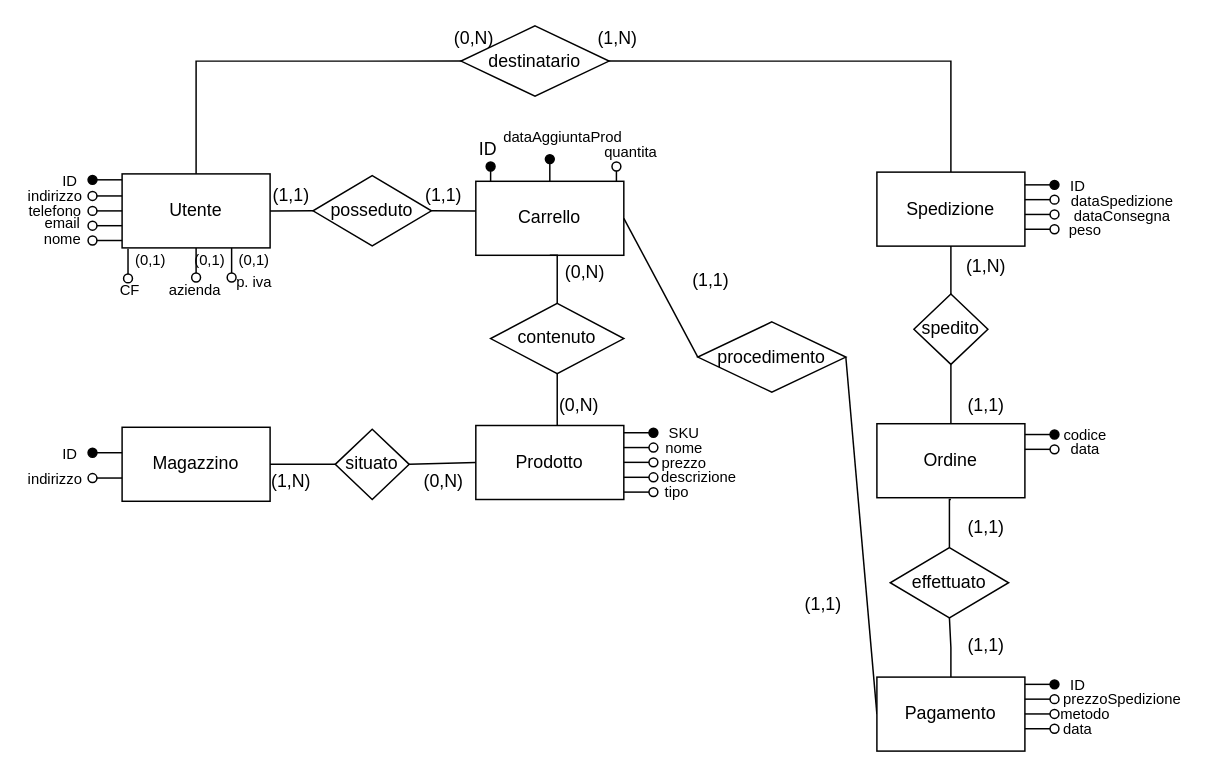
Above: SchemaER/ER_ristrutturato.drawio in orlifera/ProgettoBasiDati (draw.io), before the change. Source tidied: cells renumbered, new cells numbered last; positions are measured from the earlier drawing's top-left corner, leaving out a move shared by most shapes. Both pictures are drawn from the tidied source at 148%, with x=0, y=0 at pixel (25, 25).
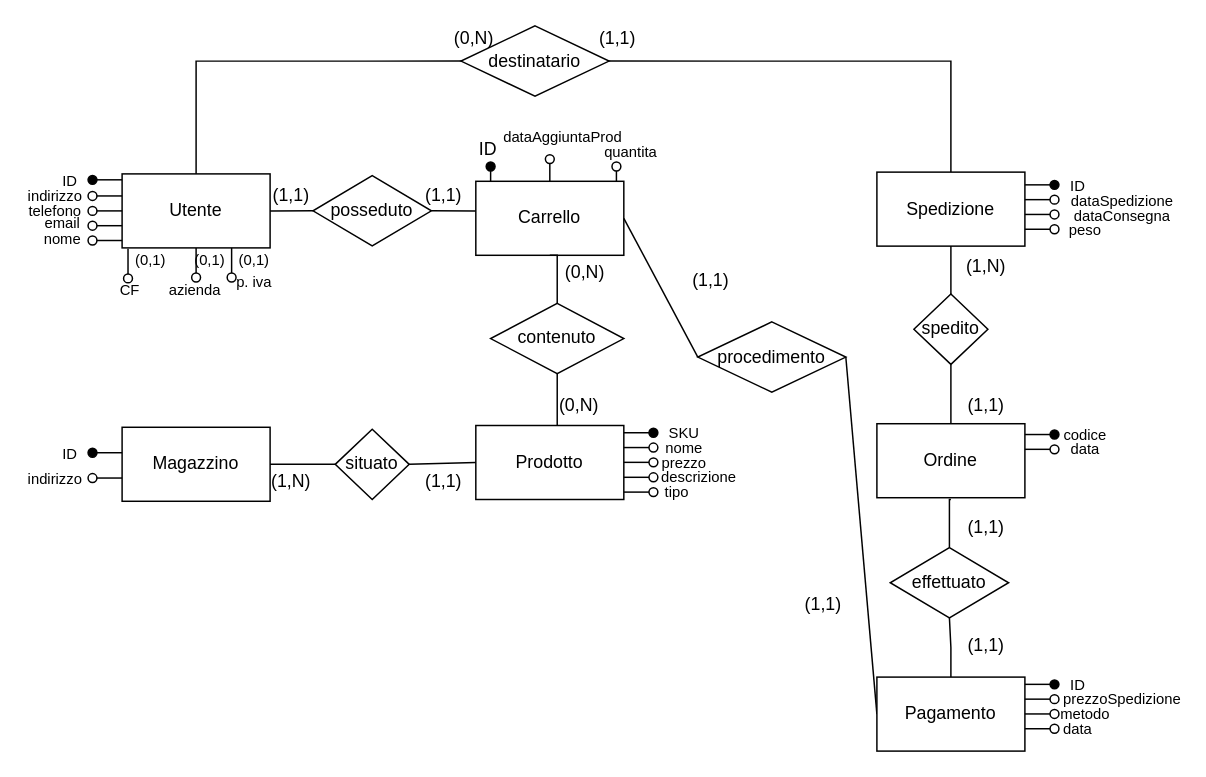
The same page after the edit.

Unchanged cells that the change refers to:
```xml
<mxCell id="8" value="Carrello" style="rounded=0;whiteSpace=wrap;html=1;" parent="1" vertex="1">
  <mxGeometry x="304" y="105" width="100" height="50" as="geometry" />
</mxCell>
```

Change to the diagram source:
```diff
@@
-    <mxCell id="49" style="endArrow=none;html=1;rounded=0;startArrow=oval;startFill=1;entryX=0.5;entryY=0;entryDx=0;entryDy=0;" parent="1" edge="1" target="8">
+    <mxCell id="49" style="endArrow=none;html=1;rounded=0;startArrow=oval;startFill=0;entryX=0.5;entryY=0;entryDx=0;entryDy=0;" parent="1" edge="1" target="8">
       <mxGeometry relative="1" as="geometry">
         <mxPoint x="354" y="90" as="sourcePoint" />
       </mxGeometry>
     </mxCell>
@@
-    <mxCell id="70" value="(0,N)" style="text;html=1;strokeColor=none;fillColor=none;align=center;verticalAlign=middle;whiteSpace=wrap;rounded=0;" parent="1" vertex="1">
+    <mxCell id="70" value="(1,1)" style="text;html=1;strokeColor=none;fillColor=none;align=center;verticalAlign=middle;whiteSpace=wrap;rounded=0;" parent="1" vertex="1">
       <mxGeometry x="261" y="292.5" width="43" height="30" as="geometry" />
     </mxCell>
@@
-    <mxCell id="79" value="(1,N)" style="text;html=1;strokeColor=none;fillColor=none;align=center;verticalAlign=middle;whiteSpace=wrap;rounded=0;" parent="1" vertex="1">
+    <mxCell id="79" value="(1,1)" style="text;html=1;strokeColor=none;fillColor=none;align=center;verticalAlign=middle;whiteSpace=wrap;rounded=0;" parent="1" vertex="1">
       <mxGeometry x="386.5" width="26" height="18.8" as="geometry" />
     </mxCell>
```
